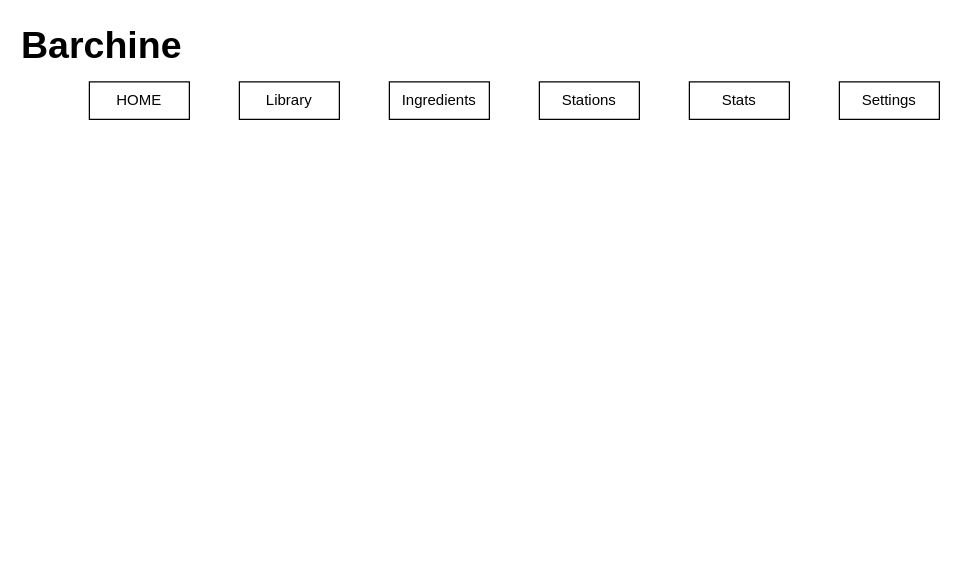
The draw.io diagram page "Stations" (4 of 6) of Barchine Layouts.drawio in IcyMint/Barchine, before the edit. Source tidied: cells renumbered, new cells numbered last; positions are measured from the earlier drawing's top-left corner, leaving out a move shared by most shapes. Both pictures are drawn from the tidied source at 125%, with x=0, y=0 at pixel (76, 31).
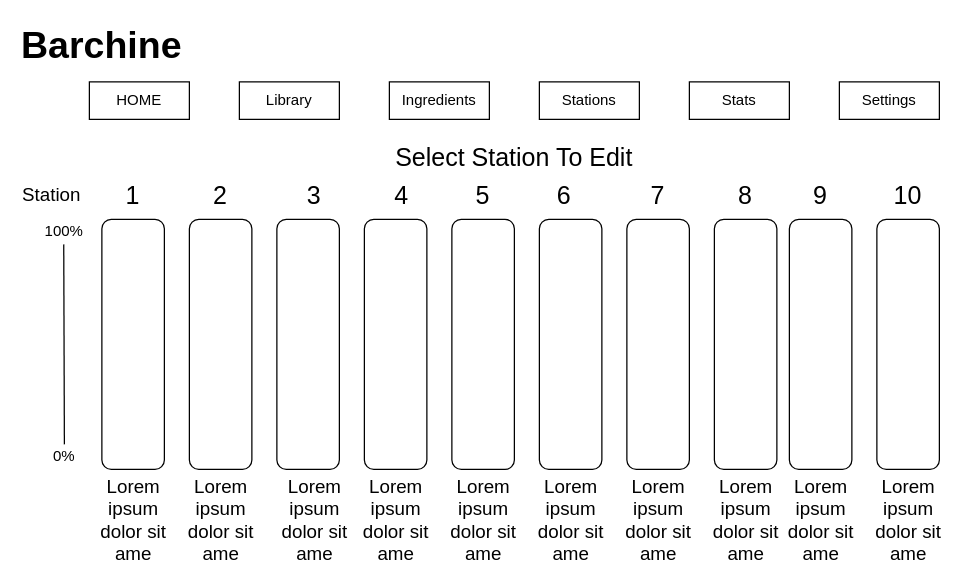
The same diagram, later.

Diff of the diagram source:
```diff
@@
+    <mxCell id="9" style="rounded=1;whiteSpace=wrap;html=1;" parent="1" vertex="1">
+      <mxGeometry x="20" y="150" width="50" height="200" as="geometry" />
+    </mxCell>
+    <mxCell id="10" style="rounded=1;whiteSpace=wrap;html=1;" parent="1" vertex="1">
+      <mxGeometry x="90" y="150" width="50" height="200" as="geometry" />
+    </mxCell>
+    <mxCell id="11" style="rounded=1;whiteSpace=wrap;html=1;" parent="1" vertex="1">
+      <mxGeometry x="160" y="150" width="50" height="200" as="geometry" />
+    </mxCell>
+    <mxCell id="12" style="rounded=1;whiteSpace=wrap;html=1;" parent="1" vertex="1">
+      <mxGeometry x="230" y="150" width="50" height="200" as="geometry" />
+    </mxCell>
+    <mxCell id="13" style="rounded=1;whiteSpace=wrap;html=1;" parent="1" vertex="1">
+      <mxGeometry x="300" y="150" width="50" height="200" as="geometry" />
+    </mxCell>
+    <mxCell id="14" style="rounded=1;whiteSpace=wrap;html=1;" parent="1" vertex="1">
+      <mxGeometry x="370" y="150" width="50" height="200" as="geometry" />
+    </mxCell>
+    <mxCell id="15" style="rounded=1;whiteSpace=wrap;html=1;" parent="1" vertex="1">
+      <mxGeometry x="440" y="150" width="50" height="200" as="geometry" />
+    </mxCell>
+    <mxCell id="16" style="rounded=1;whiteSpace=wrap;html=1;" parent="1" vertex="1">
+      <mxGeometry x="510" y="150" width="50" height="200" as="geometry" />
+    </mxCell>
+    <mxCell id="17" style="rounded=1;whiteSpace=wrap;html=1;" parent="1" vertex="1">
+      <mxGeometry x="570" y="150" width="50" height="200" as="geometry" />
+    </mxCell>
+    <mxCell id="18" style="rounded=1;whiteSpace=wrap;html=1;" parent="1" vertex="1">
+      <mxGeometry x="640" y="150" width="50" height="200" as="geometry" />
+    </mxCell>
+    <mxCell id="19" value="100%" style="text;html=1;strokeColor=none;fillColor=none;align=center;verticalAlign=middle;whiteSpace=wrap;rounded=0;" parent="1" vertex="1">
+      <mxGeometry x="-30" y="150" width="40" height="20" as="geometry" />
+    </mxCell>
+    <mxCell id="20" style="endArrow=none;html=1;" parent="1" edge="1">
+      <mxGeometry relative="1" as="geometry">
+        <mxPoint x="-10" y="330" as="sourcePoint" />
+        <mxPoint x="-10.5" y="170" as="targetPoint" />
+      </mxGeometry>
+    </mxCell>
+    <mxCell id="21" value="0%" style="text;html=1;strokeColor=none;fillColor=none;align=center;verticalAlign=middle;whiteSpace=wrap;rounded=0;" parent="1" vertex="1">
+      <mxGeometry x="-30" y="330" width="40" height="20" as="geometry" />
+    </mxCell>
+    <mxCell id="22" value="&lt;font style=&quot;font-size: 15px&quot;&gt;Station&lt;/font&gt;" style="text;html=1;strokeColor=none;fillColor=none;align=center;verticalAlign=middle;whiteSpace=wrap;rounded=0;" parent="1" vertex="1">
+      <mxGeometry x="-40" y="120" width="40" height="20" as="geometry" />
+    </mxCell>
+    <mxCell id="23" value="&lt;font style=&quot;font-size: 20px&quot;&gt;1&lt;/font&gt;" style="text;html=1;strokeColor=none;fillColor=none;align=center;verticalAlign=middle;whiteSpace=wrap;rounded=0;" parent="1" vertex="1">
+      <mxGeometry x="25" y="120" width="40" height="20" as="geometry" />
+    </mxCell>
+    <mxCell id="24" value="&lt;font style=&quot;font-size: 20px&quot;&gt;2&lt;/font&gt;" style="text;html=1;strokeColor=none;fillColor=none;align=center;verticalAlign=middle;whiteSpace=wrap;rounded=0;" parent="1" vertex="1">
+      <mxGeometry x="95" y="120" width="40" height="20" as="geometry" />
+    </mxCell>
+    <mxCell id="25" value="&lt;font style=&quot;font-size: 20px&quot;&gt;3&lt;/font&gt;" style="text;html=1;strokeColor=none;fillColor=none;align=center;verticalAlign=middle;whiteSpace=wrap;rounded=0;" parent="1" vertex="1">
+      <mxGeometry x="170" y="120" width="40" height="20" as="geometry" />
+    </mxCell>
+    <mxCell id="26" value="&lt;font style=&quot;font-size: 20px&quot;&gt;4&lt;/font&gt;" style="text;html=1;strokeColor=none;fillColor=none;align=center;verticalAlign=middle;whiteSpace=wrap;rounded=0;" parent="1" vertex="1">
+      <mxGeometry x="240" y="120" width="40" height="20" as="geometry" />
+    </mxCell>
+    <mxCell id="27" value="&lt;font style=&quot;font-size: 20px&quot;&gt;5&lt;/font&gt;" style="text;html=1;strokeColor=none;fillColor=none;align=center;verticalAlign=middle;whiteSpace=wrap;rounded=0;" parent="1" vertex="1">
+      <mxGeometry x="305" y="120" width="40" height="20" as="geometry" />
+    </mxCell>
+    <mxCell id="28" value="&lt;font style=&quot;font-size: 20px&quot;&gt;6&lt;/font&gt;" style="text;html=1;strokeColor=none;fillColor=none;align=center;verticalAlign=middle;whiteSpace=wrap;rounded=0;" parent="1" vertex="1">
+      <mxGeometry x="370" y="120" width="40" height="20" as="geometry" />
+    </mxCell>
+    <mxCell id="29" value="&lt;font style=&quot;font-size: 20px&quot;&gt;7&lt;/font&gt;" style="text;html=1;strokeColor=none;fillColor=none;align=center;verticalAlign=middle;whiteSpace=wrap;rounded=0;" parent="1" vertex="1">
+      <mxGeometry x="445" y="120" width="40" height="20" as="geometry" />
+    </mxCell>
+    <mxCell id="30" value="&lt;font style=&quot;font-size: 20px&quot;&gt;8&lt;/font&gt;" style="text;html=1;strokeColor=none;fillColor=none;align=center;verticalAlign=middle;whiteSpace=wrap;rounded=0;" parent="1" vertex="1">
+      <mxGeometry x="515" y="120" width="40" height="20" as="geometry" />
+    </mxCell>
+    <mxCell id="31" value="&lt;font style=&quot;font-size: 20px&quot;&gt;9&lt;/font&gt;" style="text;html=1;strokeColor=none;fillColor=none;align=center;verticalAlign=middle;whiteSpace=wrap;rounded=0;" parent="1" vertex="1">
+      <mxGeometry x="575" y="120" width="40" height="20" as="geometry" />
+    </mxCell>
+    <mxCell id="32" value="&lt;font style=&quot;font-size: 20px&quot;&gt;10&lt;/font&gt;" style="text;html=1;strokeColor=none;fillColor=none;align=center;verticalAlign=middle;whiteSpace=wrap;rounded=0;" parent="1" vertex="1">
+      <mxGeometry x="645" y="120" width="40" height="20" as="geometry" />
+    </mxCell>
+    <mxCell id="33" value="&lt;font style=&quot;font-size: 20px&quot;&gt;Select Station To Edit&lt;/font&gt;" style="text;html=1;strokeColor=none;fillColor=none;align=center;verticalAlign=middle;whiteSpace=wrap;rounded=0;" parent="1" vertex="1">
+      <mxGeometry x="250" y="90" width="200" height="20" as="geometry" />
+    </mxCell>
+    <mxCell id="34" value="&lt;font style=&quot;font-size: 15px&quot;&gt;Lorem ipsum dolor sit ame&lt;/font&gt;" style="text;html=1;strokeColor=none;fillColor=none;align=center;verticalAlign=middle;whiteSpace=wrap;rounded=0;" parent="1" vertex="1">
+      <mxGeometry x="12.5" y="370" width="65" height="40" as="geometry" />
+    </mxCell>
+    <mxCell id="35" value="&lt;font style=&quot;font-size: 15px&quot;&gt;Lorem ipsum dolor sit ame&lt;/font&gt;" style="text;html=1;strokeColor=none;fillColor=none;align=center;verticalAlign=middle;whiteSpace=wrap;rounded=0;" parent="1" vertex="1">
+      <mxGeometry x="82.5" y="370" width="65" height="40" as="geometry" />
+    </mxCell>
+    <mxCell id="36" value="&lt;font style=&quot;font-size: 15px&quot;&gt;Lorem ipsum dolor sit ame&lt;/font&gt;" style="text;html=1;strokeColor=none;fillColor=none;align=center;verticalAlign=middle;whiteSpace=wrap;rounded=0;" parent="1" vertex="1">
+      <mxGeometry x="157.5" y="370" width="65" height="40" as="geometry" />
+    </mxCell>
+    <mxCell id="37" value="&lt;font style=&quot;font-size: 15px&quot;&gt;Lorem ipsum dolor sit ame&lt;/font&gt;" style="text;html=1;strokeColor=none;fillColor=none;align=center;verticalAlign=middle;whiteSpace=wrap;rounded=0;" parent="1" vertex="1">
+      <mxGeometry x="222.5" y="370" width="65" height="40" as="geometry" />
+    </mxCell>
+    <mxCell id="38" value="&lt;font style=&quot;font-size: 15px&quot;&gt;Lorem ipsum dolor sit ame&lt;/font&gt;" style="text;html=1;strokeColor=none;fillColor=none;align=center;verticalAlign=middle;whiteSpace=wrap;rounded=0;" parent="1" vertex="1">
+      <mxGeometry x="292.5" y="370" width="65" height="40" as="geometry" />
+    </mxCell>
+    <mxCell id="39" value="&lt;font style=&quot;font-size: 15px&quot;&gt;Lorem ipsum dolor sit ame&lt;/font&gt;" style="text;html=1;strokeColor=none;fillColor=none;align=center;verticalAlign=middle;whiteSpace=wrap;rounded=0;" parent="1" vertex="1">
+      <mxGeometry x="362.5" y="370" width="65" height="40" as="geometry" />
+    </mxCell>
+    <mxCell id="40" value="&lt;font style=&quot;font-size: 15px&quot;&gt;Lorem ipsum dolor sit ame&lt;/font&gt;" style="text;html=1;strokeColor=none;fillColor=none;align=center;verticalAlign=middle;whiteSpace=wrap;rounded=0;" parent="1" vertex="1">
+      <mxGeometry x="432.5" y="370" width="65" height="40" as="geometry" />
+    </mxCell>
+    <mxCell id="41" value="&lt;font style=&quot;font-size: 15px&quot;&gt;Lorem ipsum dolor sit ame&lt;/font&gt;" style="text;html=1;strokeColor=none;fillColor=none;align=center;verticalAlign=middle;whiteSpace=wrap;rounded=0;" parent="1" vertex="1">
+      <mxGeometry x="502.5" y="370" width="65" height="40" as="geometry" />
+    </mxCell>
+    <mxCell id="42" value="&lt;font style=&quot;font-size: 15px&quot;&gt;Lorem ipsum dolor sit ame&lt;/font&gt;" style="text;html=1;strokeColor=none;fillColor=none;align=center;verticalAlign=middle;whiteSpace=wrap;rounded=0;" parent="1" vertex="1">
+      <mxGeometry x="562.5" y="370" width="65" height="40" as="geometry" />
+    </mxCell>
+    <mxCell id="43" value="&lt;font style=&quot;font-size: 15px&quot;&gt;Lorem ipsum dolor sit ame&lt;/font&gt;" style="text;html=1;strokeColor=none;fillColor=none;align=center;verticalAlign=middle;whiteSpace=wrap;rounded=0;" parent="1" vertex="1">
+      <mxGeometry x="632.5" y="370" width="65" height="40" as="geometry" />
+    </mxCell>
```
